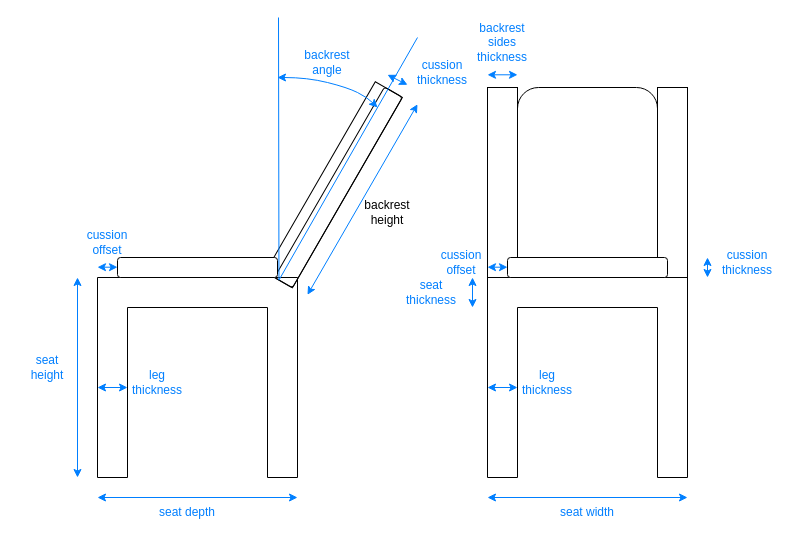
Earlier version of the draw.io diagram docs/images/chair-scheme.drawio (boytchev/3d-assets). Source tidied: cells renumbered, new cells numbered last; positions are measured from the earlier drawing's top-left corner, leaving out a move shared by most shapes. Both pictures are drawn from the tidied source at 100%, with x=0, y=0 at pixel (17, 17).
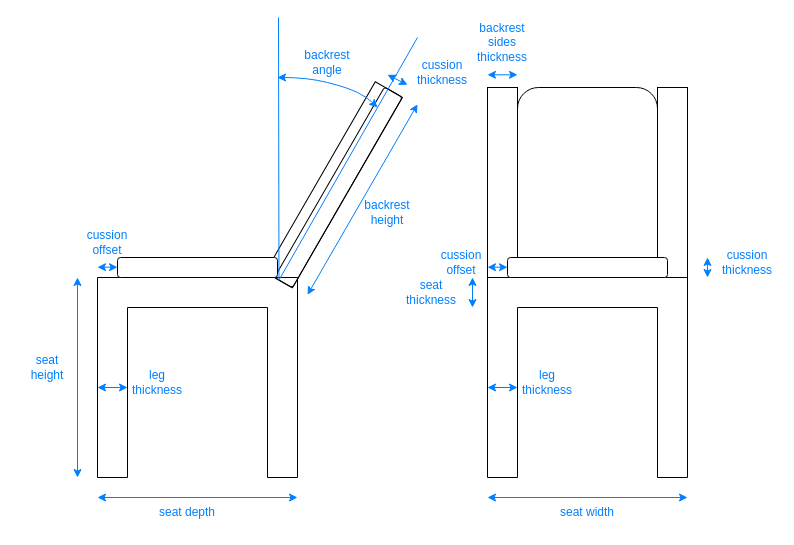
The same page after the edit.

Commit message (it also covers changes not shown here):
chair scheme mistake

Change to the diagram source:
```diff
@@
-    <mxCell id="47" value="backrest height" style="text;html=1;align=center;verticalAlign=middle;whiteSpace=wrap;rounded=0;" parent="1" vertex="1">
+    <mxCell id="47" value="backrest height" style="text;html=1;align=center;verticalAlign=middle;whiteSpace=wrap;rounded=0;fontFamily=Helvetica;fontSize=12;fontColor=#007FFF;labelBackgroundColor=none;" parent="1" vertex="1">
       <mxGeometry x="340" y="180" width="60" height="30" as="geometry" />
     </mxCell>
```
